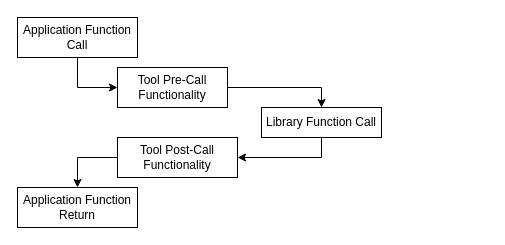
Above: page "Sayfa -1" (1 of 2) of Başlıksız Diyagram.drawio in bengisuelis/Drawings (draw.io), before the change. Source tidied: cells renumbered, new cells numbered last; positions are measured from the earlier drawing's top-left corner, leaving out a move shared by most shapes. Both pictures are drawn from the tidied source at 100%, with x=0, y=0 at pixel (17, 17).
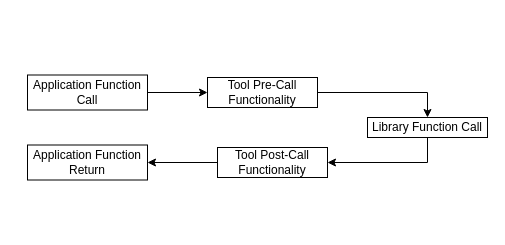
After the change.

Diff of the diagram source:
```diff
@@
 <mxGraphModel>
   <root>
     <mxCell id="0" />
     <mxCell id="1" parent="0" />
-    <mxCell id="2" style="edgeStyle=orthogonalEdgeStyle;rounded=0;jettySize=auto;html=1;exitX=0.5;exitY=1;exitDx=0;exitDy=0;entryX=0;entryY=0.5;entryDx=0;entryDy=0;" parent="1" edge="1" source="3" target="5">
+    <mxCell id="2" style="edgeStyle=orthogonalEdgeStyle;rounded=0;jettySize=auto;html=1;exitX=1;exitY=0.5;exitDx=0;exitDy=0;entryX=0;entryY=0.5;entryDx=0;entryDy=0;" parent="1" edge="1" source="3" target="5">
       <mxGeometry relative="1" as="geometry" />
     </mxCell>
     <mxCell id="3" value="Application Function Call" style="rounded=0;whiteSpace=wrap;html=1;" parent="1" vertex="1">
-      <mxGeometry width="120" height="40" as="geometry" />
+      <mxGeometry x="10" y="57.5" width="120" height="35" as="geometry" />
     </mxCell>
     <mxCell id="4" style="edgeStyle=orthogonalEdgeStyle;rounded=0;jettySize=auto;html=1;exitX=1;exitY=0.5;exitDx=0;exitDy=0;entryX=0.5;entryY=0;entryDx=0;entryDy=0;" parent="1" edge="1" source="5" target="7">
       <mxGeometry relative="1" as="geometry" />
     </mxCell>
     <mxCell id="5" value="Tool Pre-Call Functionality" style="rounded=0;whiteSpace=wrap;html=1;" parent="1" vertex="1">
-      <mxGeometry x="100" y="50" width="110" height="40" as="geometry" />
+      <mxGeometry x="190" y="60" width="110" height="30" as="geometry" />
     </mxCell>
     <mxCell id="6" style="edgeStyle=orthogonalEdgeStyle;rounded=0;jettySize=auto;html=1;exitX=0.5;exitY=1;exitDx=0;exitDy=0;entryX=1;entryY=0.5;entryDx=0;entryDy=0;" parent="1" edge="1" source="7" target="9">
       <mxGeometry relative="1" as="geometry" />
     </mxCell>
     <mxCell id="7" value="Library Function Call" style="rounded=0;whiteSpace=wrap;html=1;" parent="1" vertex="1">
-      <mxGeometry x="244" y="90" width="120" height="30" as="geometry" />
+      <mxGeometry x="350" y="100" width="120" height="20" as="geometry" />
     </mxCell>
-    <mxCell id="8" style="edgeStyle=orthogonalEdgeStyle;rounded=0;jettySize=auto;html=1;exitX=0;exitY=0.5;exitDx=0;exitDy=0;entryX=0.5;entryY=0;entryDx=0;entryDy=0;" parent="1" edge="1" source="9" target="10">
+    <mxCell id="8" style="edgeStyle=orthogonalEdgeStyle;rounded=0;jettySize=auto;html=1;exitX=0;exitY=0.5;exitDx=0;exitDy=0;entryX=1;entryY=0.5;entryDx=0;entryDy=0;" parent="1" edge="1" source="9" target="10">
       <mxGeometry relative="1" as="geometry" />
     </mxCell>
     <mxCell id="9" value="Tool Post-Call Functionality" style="rounded=0;whiteSpace=wrap;html=1;" parent="1" vertex="1">
-      <mxGeometry x="100" y="120" width="120" height="40" as="geometry" />
+      <mxGeometry x="200" y="130" width="110" height="30" as="geometry" />
     </mxCell>
     <mxCell id="10" value="Application Function Return" style="rounded=0;whiteSpace=wrap;html=1;" parent="1" vertex="1">
-      <mxGeometry y="170" width="120" height="40" as="geometry" />
+      <mxGeometry x="10" y="127.5" width="120" height="35" as="geometry" />
     </mxCell>
   </root>
 </mxGraphModel>
```
